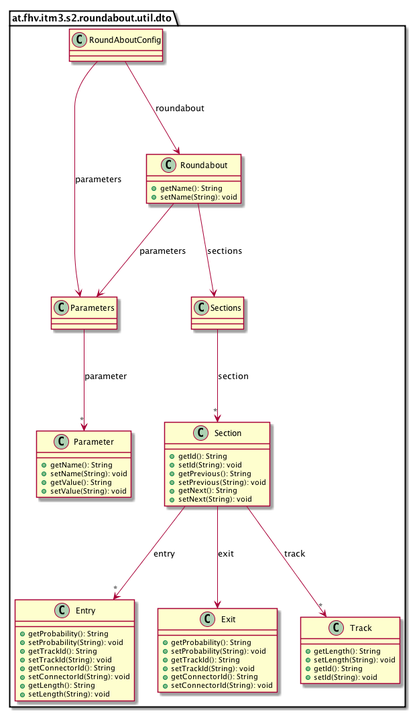
This is images/uml-class/at.fhv.itm3.s2.roundabout.util.dto.package.png from sereGkaluv/Roundabout-Simulation-Library, a PlantUML export, as it was before one commit.
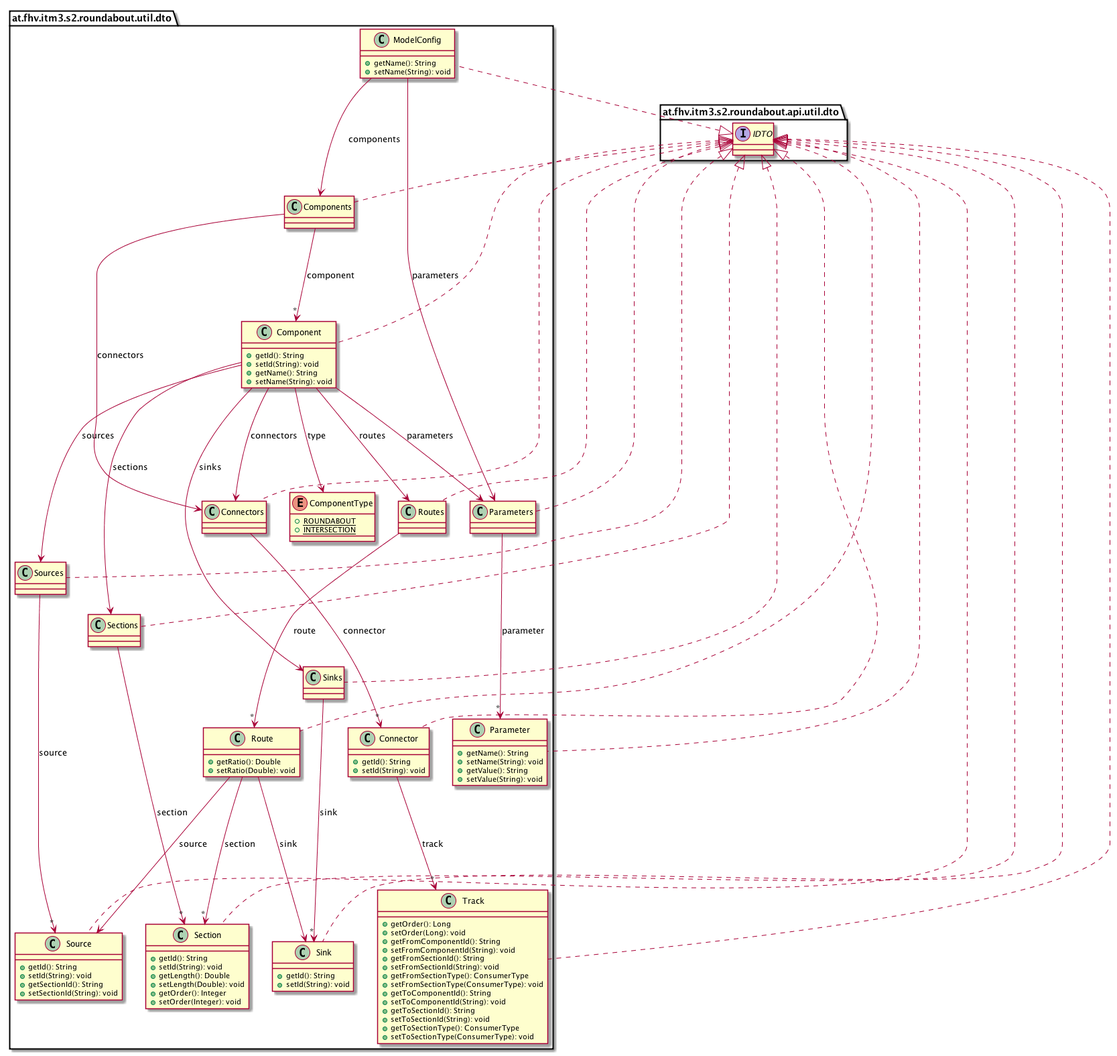
After the commit.

Change to the diagram source:
```diff
@@ -2,47 +2,70 @@
 
     namespace at.fhv.itm3.s2.roundabout.util.dto {
 
-        class Entry [[../../../../../at/fhv/itm3/s2/roundabout/util/dto/Entry.html]] {
-            +getProbability(): String
-            +setProbability(String): void
-            +getTrackId(): String
-            +setTrackId(String): void
-            +getConnectorId(): String
-            +setConnectorId(String): void
-            +getLength(): String
-            +setLength(String): void
-        }
-
-        class Exit [[../../../../../at/fhv/itm3/s2/roundabout/util/dto/Exit.html]] {
-            +getProbability(): String
-            +setProbability(String): void
-            +getTrackId(): String
-            +setTrackId(String): void
-            +getConnectorId(): String
-            +setConnectorId(String): void
+        class Sources [[../../../../../at/fhv/itm3/s2/roundabout/util/dto/Sources.html]] {
         }
 
         class Parameters [[../../../../../at/fhv/itm3/s2/roundabout/util/dto/Parameters.html]] {
         }
 
+        class Source [[../../../../../at/fhv/itm3/s2/roundabout/util/dto/Source.html]] {
+            +getId(): String
+            +setId(String): void
+            +getSectionId(): String
+            +setSectionId(String): void
+        }
+
         class Section [[../../../../../at/fhv/itm3/s2/roundabout/util/dto/Section.html]] {
             +getId(): String
             +setId(String): void
-            +getPrevious(): String
-            +setPrevious(String): void
-            +getNext(): String
-            +setNext(String): void
+            +getLength(): Double
+            +setLength(Double): void
+            +getOrder(): Integer
+            +setOrder(Integer): void
         }
 
-        class Roundabout [[../../../../../at/fhv/itm3/s2/roundabout/util/dto/Roundabout.html]] {
+        class Connector [[../../../../../at/fhv/itm3/s2/roundabout/util/dto/Connector.html]] {
+            +getId(): String
+            +setId(String): void
+        }
+
+        class Sinks [[../../../../../at/fhv/itm3/s2/roundabout/util/dto/Sinks.html]] {
+        }
+
+        class Component [[../../../../../at/fhv/itm3/s2/roundabout/util/dto/Component.html]] {
+            +getId(): String
+            +setId(String): void
             +getName(): String
             +setName(String): void
+        }
+
+        class Sink [[../../../../../at/fhv/itm3/s2/roundabout/util/dto/Sink.html]] {
+            +getId(): String
+            +setId(String): void
+        }
+
+        class Route [[../../../../../at/fhv/itm3/s2/roundabout/util/dto/Route.html]] {
+            +getRatio(): Double
+            +setRatio(Double): void
         }
 
         class Sections [[../../../../../at/fhv/itm3/s2/roundabout/util/dto/Sections.html]] {
         }
 
-        class RoundAboutConfig [[../../../../../at/fhv/itm3/s2/roundabout/util/dto/RoundAboutConfig.html]] {
+        class Connectors [[../../../../../at/fhv/itm3/s2/roundabout/util/dto/Connectors.html]] {
+        }
+
+        class Components [[../../../../../at/fhv/itm3/s2/roundabout/util/dto/Components.html]] {
+        }
+
+        enum ComponentType [[../../../../../at/fhv/itm3/s2/roundabout/util/dto/ComponentType.html]] {
+            {static} +ROUNDABOUT
+            {static} +INTERSECTION
+        }
+
+        class ModelConfig [[../../../../../at/fhv/itm3/s2/roundabout/util/dto/ModelConfig.html]] {
+            +getName(): String
+            +setName(String): void
         }
 
         class Parameter [[../../../../../at/fhv/itm3/s2/roundabout/util/dto/Parameter.html]] {
@@ -53,29 +76,99 @@
         }
 
         class Track [[../../../../../at/fhv/itm3/s2/roundabout/util/dto/Track.html]] {
-            +getLength(): String
-            +setLength(String): void
-            +getId(): String
-            +setId(String): void
+            +getOrder(): Long
+            +setOrder(Long): void
+            +getFromComponentId(): String
+            +setFromComponentId(String): void
+            +getFromSectionId(): String
+            +setFromSectionId(String): void
+            +getFromSectionType(): ConsumerType
+            +setFromSectionType(ConsumerType): void
+            +getToComponentId(): String
+            +setToComponentId(String): void
+            +getToSectionId(): String
+            +setToSectionId(String): void
+            +getToSectionType(): ConsumerType
+            +setToSectionType(ConsumerType): void
         }
+
+        class Routes [[../../../../../at/fhv/itm3/s2/roundabout/util/dto/Routes.html]] {
+        }
+
+        interface at.fhv.itm3.s2.roundabout.api.util.dto.IDTO
+        at.fhv.itm3.s2.roundabout.api.util.dto.IDTO <|.. Sources
+
+        at.fhv.itm3.s2.roundabout.api.util.dto.IDTO <|.. Parameters
+
+        at.fhv.itm3.s2.roundabout.api.util.dto.IDTO <|.. Source
+
+        at.fhv.itm3.s2.roundabout.api.util.dto.IDTO <|.. Section
+
+        at.fhv.itm3.s2.roundabout.api.util.dto.IDTO <|.. Connector
+
+        at.fhv.itm3.s2.roundabout.api.util.dto.IDTO <|.. Sinks
+
+        at.fhv.itm3.s2.roundabout.api.util.dto.IDTO <|.. Component
+
+        at.fhv.itm3.s2.roundabout.api.util.dto.IDTO <|.. Sink
+
+        at.fhv.itm3.s2.roundabout.api.util.dto.IDTO <|.. Route
+
+        at.fhv.itm3.s2.roundabout.api.util.dto.IDTO <|.. Sections
+
+        at.fhv.itm3.s2.roundabout.api.util.dto.IDTO <|.. Connectors
+
+        at.fhv.itm3.s2.roundabout.api.util.dto.IDTO <|.. Components
+
+        at.fhv.itm3.s2.roundabout.api.util.dto.IDTO <|.. ModelConfig
+
+        at.fhv.itm3.s2.roundabout.api.util.dto.IDTO <|.. Parameter
+
+        at.fhv.itm3.s2.roundabout.api.util.dto.IDTO <|.. Track
+
+        at.fhv.itm3.s2.roundabout.api.util.dto.IDTO <|.. Routes
+
+        Sources --> "*" Source: source
 
         Parameters --> "*" Parameter: parameter
 
-        Section --> "*" Entry: entry
+        Connector --> "*" Track: track
 
-        Section --> Exit: exit
+        Sinks --> "*" Sink: sink
 
-        Section --> "*" Track: track
+        Component --> ComponentType: type
 
-        Roundabout --> Parameters: parameters
+        Component --> Parameters: parameters
 
-        Roundabout --> Sections: sections
+        Component --> Sources: sources
+
+        Component --> Sinks: sinks
+
+        Component --> Sections: sections
+
+        Component --> Connectors: connectors
+
+        Component --> Routes: routes
+
+        Route --> Source: source
+
+        Route --> Sink: sink
+
+        Route --> "*" Section: section
 
         Sections --> "*" Section: section
 
-        RoundAboutConfig --> Parameters: parameters
+        Connectors --> "*" Connector: connector
 
-        RoundAboutConfig --> Roundabout: roundabout
+        Components --> "*" Component: component
+
+        Components --> Connectors: connectors
+
+        ModelConfig --> Parameters: parameters
+
+        ModelConfig --> Components: components
+
+        Routes --> "*" Route: route
 
     }
 
```
